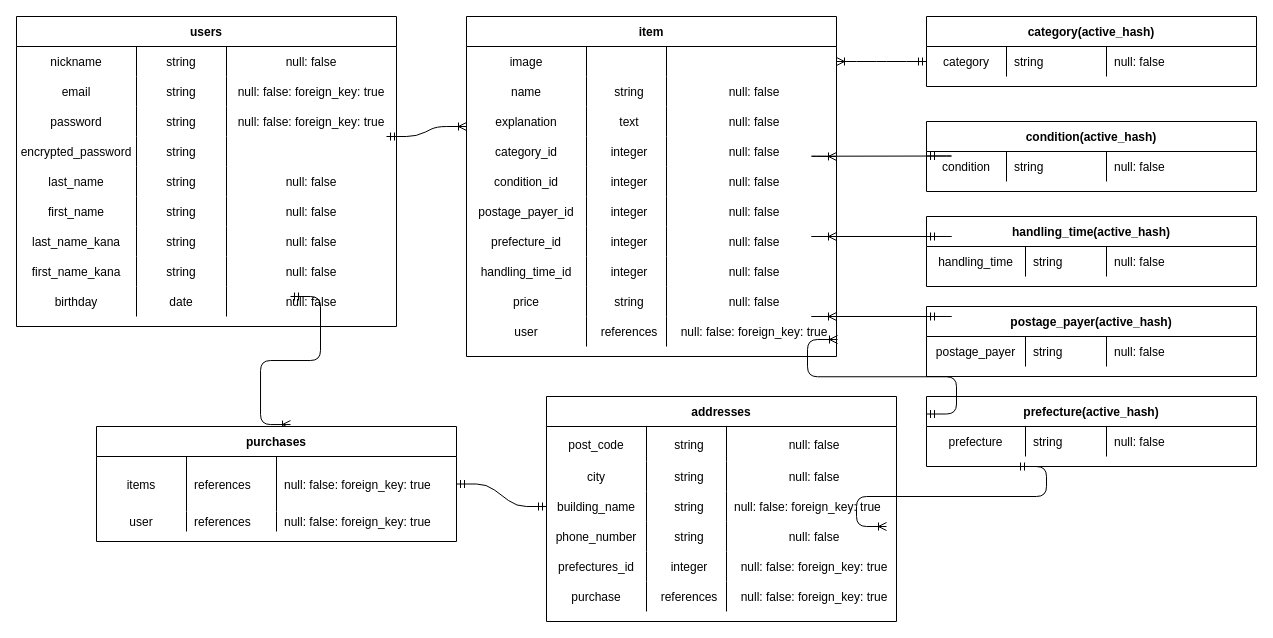
soudatakeru/furima-31806 keeps this draw.io diagram as hurima.dio. Above is the earlier version. Source tidied: cells renumbered, new cells numbered last; positions are measured from the earlier drawing's top-left corner, leaving out a move shared by most shapes. Both pictures are drawn from the tidied source at 100%, with x=0, y=0 at pixel (16, 16).
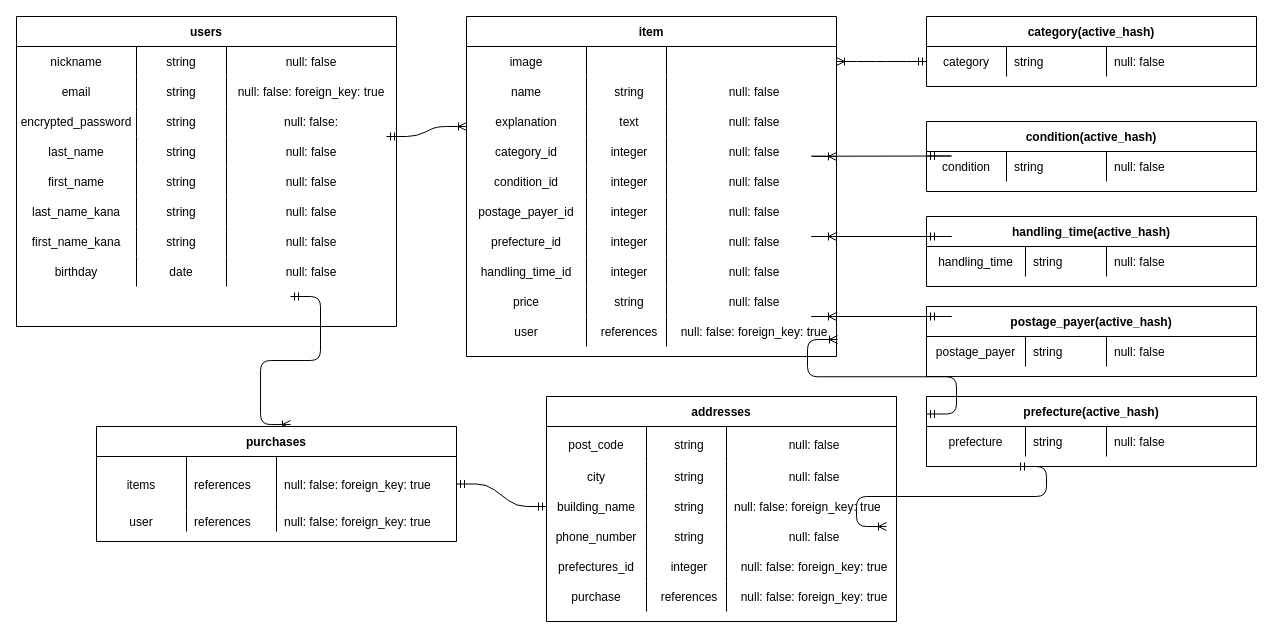
Above is the later version.

Unchanged cells that the change refers to:
```xml
<mxCell id="55" value="users" style="shape=table;startSize=30;childLayout=tableLayout;rowLines=0;fontStyle=1;align=center;" parent="1" vertex="1">
  <mxGeometry width="380" height="310" as="geometry" />
</mxCell>
```

What changed in the source:
```diff
@@
-    <mxCell id="64" style="shape=partialRectangle;fillColor=none;top=0;left=0;bottom=0;right=0;" parent="55" vertex="1">
-      <mxGeometry y="90" width="380" height="30" as="geometry" />
-    </mxCell>
-    <mxCell id="65" value="password" style="shape=partialRectangle;fillColor=none;top=0;left=0;bottom=0;right=0;overflow=hidden;" parent="64" vertex="1">
-      <mxGeometry width="120" height="30" as="geometry" />
-    </mxCell>
-    <mxCell id="66" value="string" style="shape=partialRectangle;fillColor=none;top=0;left=0;bottom=0;right=0;overflow=hidden;" parent="64" vertex="1">
-      <mxGeometry x="120" width="90" height="30" as="geometry" />
-    </mxCell>
-    <mxCell id="67" value="null: false: foreign_key: true" style="shape=partialRectangle;fillColor=none;top=0;left=0;bottom=0;right=0;overflow=hidden;" parent="64" vertex="1">
-      <mxGeometry x="210" width="170" height="30" as="geometry" />
-    </mxCell>
     <mxCell id="68" style="shape=partialRectangle;fillColor=none;top=0;left=0;bottom=0;right=0;" parent="55" vertex="1">
-      <mxGeometry y="120" width="380" height="30" as="geometry" />
+      <mxGeometry y="90" width="380" height="30" as="geometry" />
     </mxCell>
@@
-    <mxCell id="71" style="shape=partialRectangle;fillColor=none;top=0;left=0;bottom=0;right=0;overflow=hidden;" parent="68" vertex="1">
+    <mxCell id="71" value="null: false:" style="shape=partialRectangle;fillColor=none;top=0;left=0;bottom=0;right=0;overflow=hidden;" parent="68" vertex="1">
       <mxGeometry x="210" width="170" height="30" as="geometry" />
     </mxCell>
     <mxCell id="72" style="shape=partialRectangle;fillColor=none;top=0;left=0;bottom=0;right=0;" parent="55" vertex="1">
-      <mxGeometry y="150" width="380" height="30" as="geometry" />
+      <mxGeometry y="120" width="380" height="30" as="geometry" />
     </mxCell>
@@
     <mxCell id="76" style="shape=partialRectangle;fillColor=none;top=0;left=0;bottom=0;right=0;" parent="55" vertex="1">
-      <mxGeometry y="180" width="380" height="30" as="geometry" />
+      <mxGeometry y="150" width="380" height="30" as="geometry" />
     </mxCell>
@@
     <mxCell id="80" style="shape=partialRectangle;fillColor=none;top=0;left=0;bottom=0;right=0;" parent="55" vertex="1">
-      <mxGeometry y="210" width="380" height="30" as="geometry" />
+      <mxGeometry y="180" width="380" height="30" as="geometry" />
     </mxCell>
@@
     <mxCell id="84" style="shape=partialRectangle;fillColor=none;top=0;left=0;bottom=0;right=0;" parent="55" vertex="1">
-      <mxGeometry y="240" width="380" height="30" as="geometry" />
+      <mxGeometry y="210" width="380" height="30" as="geometry" />
     </mxCell>
@@
     <mxCell id="88" style="shape=partialRectangle;fillColor=none;top=0;left=0;bottom=0;right=0;" parent="55" vertex="1">
-      <mxGeometry y="270" width="380" height="30" as="geometry" />
+      <mxGeometry y="240" width="380" height="30" as="geometry" />
     </mxCell>
```
